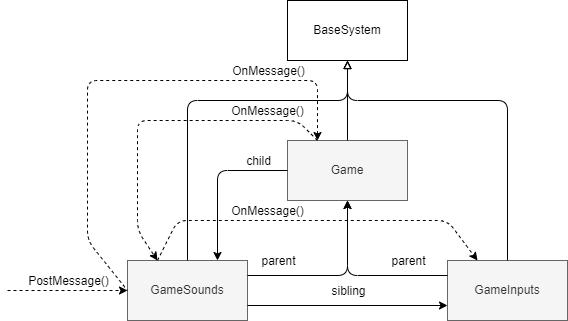
The draw.io diagram Documentation/subsystems.png in hww/XiSubsystem, before a commit. Source tidied: cells renumbered, new cells last; positions are measured from the earlier drawing's top-left corner, leaving out a move shared by most shapes. Source of this version:
```xml
<mxGraphModel>
  <root>
    <mxCell id="0" />
    <mxCell id="1" parent="0" />
    <mxCell id="2" value="BaseSystem" style="rounded=0;whiteSpace=wrap;html=1;" parent="1" vertex="1">
      <mxGeometry x="280" width="120" height="60" as="geometry" />
    </mxCell>
    <mxCell id="3" value="Game" style="rounded=0;whiteSpace=wrap;html=1;fillColor=#f5f5f5;strokeColor=#666666;fontColor=#333333;" parent="1" vertex="1">
      <mxGeometry x="280" y="140" width="120" height="60" as="geometry" />
    </mxCell>
    <mxCell id="4" style="endArrow=block;html=1;exitX=0.5;exitY=0;exitDx=0;exitDy=0;entryX=0.5;entryY=1;entryDx=0;entryDy=0;endFill=0;" parent="1" edge="1" source="3" target="2">
      <mxGeometry relative="1" as="geometry" />
    </mxCell>
    <mxCell id="5" value="GameSounds" style="rounded=0;whiteSpace=wrap;html=1;fillColor=#f5f5f5;strokeColor=#666666;fontColor=#333333;" parent="1" vertex="1">
      <mxGeometry x="120" y="260" width="120" height="60" as="geometry" />
    </mxCell>
    <mxCell id="6" value="GameInputs" style="rounded=0;whiteSpace=wrap;html=1;fillColor=#f5f5f5;strokeColor=#666666;fontColor=#333333;" parent="1" vertex="1">
      <mxGeometry x="440" y="260" width="120" height="60" as="geometry" />
    </mxCell>
    <mxCell id="7" style="endArrow=block;html=1;endFill=0;" parent="1" edge="1">
      <mxGeometry relative="1" as="geometry">
        <mxPoint x="180" y="260" as="sourcePoint" />
        <mxPoint x="340" y="60" as="targetPoint" />
        <Array as="points">
          <mxPoint x="180" y="100" />
          <mxPoint x="340" y="100" />
        </Array>
      </mxGeometry>
    </mxCell>
    <mxCell id="8" style="endArrow=block;html=1;exitX=0.5;exitY=0;exitDx=0;exitDy=0;endFill=0;" parent="1" edge="1" source="6">
      <mxGeometry relative="1" as="geometry">
        <mxPoint x="340" y="60" as="targetPoint" />
        <Array as="points">
          <mxPoint x="500" y="100" />
          <mxPoint x="340" y="100" />
        </Array>
      </mxGeometry>
    </mxCell>
    <mxCell id="9" style="endArrow=classic;html=1;exitX=1;exitY=0.25;exitDx=0;exitDy=0;" parent="1" edge="1" source="5" target="3">
      <mxGeometry relative="1" as="geometry">
        <Array as="points">
          <mxPoint x="340" y="275" />
        </Array>
      </mxGeometry>
    </mxCell>
    <mxCell id="10" value="parent" style="text;html=1;align=center;verticalAlign=middle;labelBackgroundColor=#ffffff;" parent="9" vertex="1">
      <mxGeometry x="-0.66" y="2" relative="1" as="geometry">
        <mxPoint y="-13" as="offset" />
      </mxGeometry>
    </mxCell>
    <mxCell id="11" style="endArrow=classic;html=1;entryX=0.5;entryY=1;entryDx=0;entryDy=0;exitX=0;exitY=0.25;exitDx=0;exitDy=0;" parent="1" edge="1" source="6" target="3">
      <mxGeometry relative="1" as="geometry">
        <Array as="points">
          <mxPoint x="340" y="275" />
        </Array>
      </mxGeometry>
    </mxCell>
    <mxCell id="12" value="parent" style="text;html=1;align=center;verticalAlign=middle;labelBackgroundColor=#ffffff;" parent="11" vertex="1">
      <mxGeometry x="-0.66" y="2" relative="1" as="geometry">
        <mxPoint x="-10" y="-17" as="offset" />
      </mxGeometry>
    </mxCell>
    <mxCell id="13" style="endArrow=classic;html=1;entryX=0.75;entryY=0;entryDx=0;entryDy=0;" parent="1" edge="1" source="3" target="5">
      <mxGeometry relative="1" as="geometry">
        <Array as="points">
          <mxPoint x="210" y="170" />
        </Array>
      </mxGeometry>
    </mxCell>
    <mxCell id="14" value="child" style="text;html=1;align=center;verticalAlign=middle;labelBackgroundColor=#ffffff;" parent="13" vertex="1">
      <mxGeometry x="-0.8" y="2" relative="1" as="geometry">
        <mxPoint x="-14" y="-12" as="offset" />
      </mxGeometry>
    </mxCell>
    <mxCell id="15" style="endArrow=classic;html=1;entryX=0;entryY=0.75;entryDx=0;entryDy=0;exitX=1;exitY=0.75;exitDx=0;exitDy=0;" parent="1" edge="1" source="5" target="6">
      <mxGeometry relative="1" as="geometry" />
    </mxCell>
    <mxCell id="16" value="sibling" style="text;html=1;align=center;verticalAlign=middle;labelBackgroundColor=#ffffff;" parent="15" vertex="1">
      <mxGeometry x="0.13" y="-4" relative="1" as="geometry">
        <mxPoint x="-13" y="-19" as="offset" />
      </mxGeometry>
    </mxCell>
    <mxCell id="17" style="endArrow=classic;html=1;dashed=1;entryX=0;entryY=0.5;entryDx=0;entryDy=0;" parent="1" edge="1" target="5">
      <mxGeometry relative="1" as="geometry">
        <mxPoint y="290" as="sourcePoint" />
      </mxGeometry>
    </mxCell>
    <mxCell id="18" value="PostMessage()" style="text;html=1;align=center;verticalAlign=middle;labelBackgroundColor=#ffffff;" parent="17" vertex="1">
      <mxGeometry x="0.32" y="-2" relative="1" as="geometry">
        <mxPoint x="-19" y="-12" as="offset" />
      </mxGeometry>
    </mxCell>
    <mxCell id="19" style="endArrow=none;dashed=1;html=1;entryX=0;entryY=0.5;entryDx=0;entryDy=0;exitX=0.25;exitY=0;exitDx=0;exitDy=0;endFill=0;startArrow=classic;startFill=1;" parent="1" edge="1" source="3" target="5">
      <mxGeometry relative="1" as="geometry">
        <Array as="points">
          <mxPoint x="310" y="80" />
          <mxPoint x="80" y="80" />
          <mxPoint x="80" y="240" />
        </Array>
      </mxGeometry>
    </mxCell>
    <mxCell id="20" value="OnMessage()" style="text;html=1;align=center;verticalAlign=middle;labelBackgroundColor=#ffffff;" parent="19" vertex="1">
      <mxGeometry x="-0.77" y="35" relative="1" as="geometry">
        <mxPoint x="-50" y="-45" as="offset" />
      </mxGeometry>
    </mxCell>
    <mxCell id="21" style="endArrow=classic;html=1;dashed=1;exitX=0.25;exitY=0;exitDx=0;exitDy=0;entryX=0.25;entryY=0;entryDx=0;entryDy=0;" parent="1" edge="1" source="3" target="5">
      <mxGeometry relative="1" as="geometry">
        <Array as="points">
          <mxPoint x="290" y="120" />
          <mxPoint x="130" y="120" />
          <mxPoint x="130" y="230" />
        </Array>
      </mxGeometry>
    </mxCell>
    <mxCell id="22" value="OnMessage()" style="text;html=1;align=center;verticalAlign=middle;labelBackgroundColor=#ffffff;" parent="21" vertex="1">
      <mxGeometry x="-0.55" y="-2" relative="1" as="geometry">
        <mxPoint x="16.5" y="-8" as="offset" />
      </mxGeometry>
    </mxCell>
    <mxCell id="23" style="endArrow=classic;html=1;dashed=1;entryX=0.25;entryY=0;entryDx=0;entryDy=0;exitX=0.25;exitY=0;exitDx=0;exitDy=0;" parent="1" edge="1" source="5" target="6">
      <mxGeometry relative="1" as="geometry">
        <Array as="points">
          <mxPoint x="170" y="220" />
          <mxPoint x="440" y="220" />
        </Array>
      </mxGeometry>
    </mxCell>
    <mxCell id="24" value="OnMessage()" style="text;html=1;align=center;verticalAlign=middle;labelBackgroundColor=#ffffff;" parent="23" vertex="1">
      <mxGeometry x="-0.27" y="-3" relative="1" as="geometry">
        <mxPoint x="0.5" y="-13" as="offset" />
      </mxGeometry>
    </mxCell>
  </root>
</mxGraphModel>
```
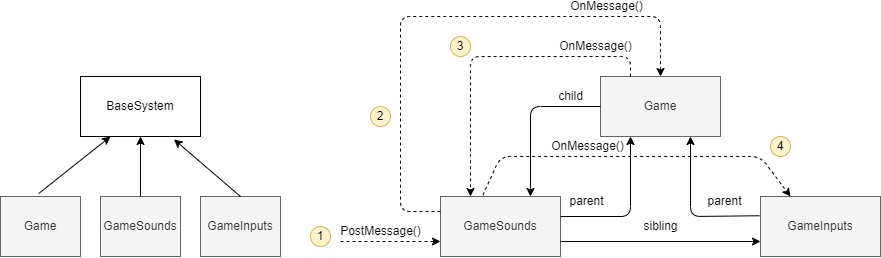
Later version of the same file.

The edit, as a diff of the source:
```diff
@@ -2,44 +2,20 @@
   <root>
     <mxCell id="0" />
     <mxCell id="1" parent="0" />
-    <mxCell id="2" value="BaseSystem" style="rounded=0;whiteSpace=wrap;html=1;" parent="1" vertex="1">
-      <mxGeometry x="280" width="120" height="60" as="geometry" />
-    </mxCell>
     <mxCell id="3" value="Game" style="rounded=0;whiteSpace=wrap;html=1;fillColor=#f5f5f5;strokeColor=#666666;fontColor=#333333;" parent="1" vertex="1">
       <mxGeometry x="280" y="140" width="120" height="60" as="geometry" />
     </mxCell>
-    <mxCell id="4" style="endArrow=block;html=1;exitX=0.5;exitY=0;exitDx=0;exitDy=0;entryX=0.5;entryY=1;entryDx=0;entryDy=0;endFill=0;" parent="1" edge="1" source="3" target="2">
-      <mxGeometry relative="1" as="geometry" />
-    </mxCell>
     <mxCell id="5" value="GameSounds" style="rounded=0;whiteSpace=wrap;html=1;fillColor=#f5f5f5;strokeColor=#666666;fontColor=#333333;" parent="1" vertex="1">
       <mxGeometry x="120" y="260" width="120" height="60" as="geometry" />
     </mxCell>
     <mxCell id="6" value="GameInputs" style="rounded=0;whiteSpace=wrap;html=1;fillColor=#f5f5f5;strokeColor=#666666;fontColor=#333333;" parent="1" vertex="1">
       <mxGeometry x="440" y="260" width="120" height="60" as="geometry" />
     </mxCell>
-    <mxCell id="7" style="endArrow=block;html=1;endFill=0;" parent="1" edge="1">
-      <mxGeometry relative="1" as="geometry">
-        <mxPoint x="180" y="260" as="sourcePoint" />
-        <mxPoint x="340" y="60" as="targetPoint" />
-        <Array as="points">
-          <mxPoint x="180" y="100" />
-          <mxPoint x="340" y="100" />
-        </Array>
-      </mxGeometry>
-    </mxCell>
-    <mxCell id="8" style="endArrow=block;html=1;exitX=0.5;exitY=0;exitDx=0;exitDy=0;endFill=0;" parent="1" edge="1" source="6">
-      <mxGeometry relative="1" as="geometry">
-        <mxPoint x="340" y="60" as="targetPoint" />
-        <Array as="points">
-          <mxPoint x="500" y="100" />
-          <mxPoint x="340" y="100" />
-        </Array>
-      </mxGeometry>
-    </mxCell>
-    <mxCell id="9" style="endArrow=classic;html=1;exitX=1;exitY=0.25;exitDx=0;exitDy=0;" parent="1" edge="1" source="5" target="3">
+    <mxCell id="9" style="endArrow=classic;html=1;entryX=0.25;entryY=1;entryDx=0;entryDy=0;" parent="1" edge="1" target="3">
       <mxGeometry relative="1" as="geometry">
+        <mxPoint x="240" y="280" as="sourcePoint" />
         <Array as="points">
-          <mxPoint x="340" y="275" />
+          <mxPoint x="310" y="280" />
         </Array>
       </mxGeometry>
     </mxCell>
@@ -48,10 +24,10 @@
         <mxPoint y="-13" as="offset" />
       </mxGeometry>
     </mxCell>
-    <mxCell id="11" style="endArrow=classic;html=1;entryX=0.5;entryY=1;entryDx=0;entryDy=0;exitX=0;exitY=0.25;exitDx=0;exitDy=0;" parent="1" edge="1" source="6" target="3">
+    <mxCell id="11" style="endArrow=classic;html=1;entryX=0.75;entryY=1;entryDx=0;entryDy=0;exitX=-0.009;exitY=0.321;exitDx=0;exitDy=0;exitPerimeter=0;" parent="1" edge="1" source="6" target="3">
       <mxGeometry relative="1" as="geometry">
         <Array as="points">
-          <mxPoint x="340" y="275" />
+          <mxPoint x="370" y="280" />
         </Array>
       </mxGeometry>
     </mxCell>
@@ -80,22 +56,22 @@
         <mxPoint x="-13" y="-19" as="offset" />
       </mxGeometry>
     </mxCell>
-    <mxCell id="17" style="endArrow=classic;html=1;dashed=1;entryX=0;entryY=0.5;entryDx=0;entryDy=0;" parent="1" edge="1" target="5">
+    <mxCell id="17" style="endArrow=classic;html=1;dashed=1;entryX=0;entryY=0.75;entryDx=0;entryDy=0;" parent="1" edge="1" target="5">
       <mxGeometry relative="1" as="geometry">
-        <mxPoint y="290" as="sourcePoint" />
+        <mxPoint x="20" y="305" as="sourcePoint" />
       </mxGeometry>
     </mxCell>
     <mxCell id="18" value="PostMessage()" style="text;html=1;align=center;verticalAlign=middle;labelBackgroundColor=#ffffff;" parent="17" vertex="1">
       <mxGeometry x="0.32" y="-2" relative="1" as="geometry">
-        <mxPoint x="-19" y="-12" as="offset" />
+        <mxPoint x="-26" y="-12" as="offset" />
       </mxGeometry>
     </mxCell>
-    <mxCell id="19" style="endArrow=none;dashed=1;html=1;entryX=0;entryY=0.5;entryDx=0;entryDy=0;exitX=0.25;exitY=0;exitDx=0;exitDy=0;endFill=0;startArrow=classic;startFill=1;" parent="1" edge="1" source="3" target="5">
+    <mxCell id="19" style="endArrow=none;dashed=1;html=1;entryX=0;entryY=0.25;entryDx=0;entryDy=0;exitX=0.5;exitY=0;exitDx=0;exitDy=0;endFill=0;startArrow=classic;startFill=1;" parent="1" edge="1" source="3" target="5">
       <mxGeometry relative="1" as="geometry">
         <Array as="points">
-          <mxPoint x="310" y="80" />
+          <mxPoint x="340" y="80" />
           <mxPoint x="80" y="80" />
-          <mxPoint x="80" y="240" />
+          <mxPoint x="80" y="275" />
         </Array>
       </mxGeometry>
     </mxCell>
@@ -107,9 +83,9 @@
     <mxCell id="21" style="endArrow=classic;html=1;dashed=1;exitX=0.25;exitY=0;exitDx=0;exitDy=0;entryX=0.25;entryY=0;entryDx=0;entryDy=0;" parent="1" edge="1" source="3" target="5">
       <mxGeometry relative="1" as="geometry">
         <Array as="points">
-          <mxPoint x="290" y="120" />
-          <mxPoint x="130" y="120" />
-          <mxPoint x="130" y="230" />
+          <mxPoint x="310" y="120" />
+          <mxPoint x="150" y="120" />
+          <mxPoint x="150" y="230" />
         </Array>
       </mxGeometry>
     </mxCell>
@@ -118,10 +94,10 @@
         <mxPoint x="16.5" y="-8" as="offset" />
       </mxGeometry>
     </mxCell>
-    <mxCell id="23" style="endArrow=classic;html=1;dashed=1;entryX=0.25;entryY=0;entryDx=0;entryDy=0;exitX=0.25;exitY=0;exitDx=0;exitDy=0;" parent="1" edge="1" source="5" target="6">
+    <mxCell id="23" style="endArrow=classic;html=1;dashed=1;entryX=0.25;entryY=0;entryDx=0;entryDy=0;exitX=0.353;exitY=-0.022;exitDx=0;exitDy=0;exitPerimeter=0;" parent="1" edge="1" source="5" target="6">
       <mxGeometry relative="1" as="geometry">
         <Array as="points">
-          <mxPoint x="170" y="220" />
+          <mxPoint x="180" y="220" />
           <mxPoint x="440" y="220" />
         </Array>
       </mxGeometry>
@@ -131,5 +107,38 @@
         <mxPoint x="0.5" y="-13" as="offset" />
       </mxGeometry>
     </mxCell>
+    <mxCell id="2" value="BaseSystem" style="rounded=0;whiteSpace=wrap;html=1;" parent="1" vertex="1">
+      <mxGeometry x="-240" y="140" width="120" height="60" as="geometry" />
+    </mxCell>
+    <mxCell id="25" value="Game" style="rounded=0;whiteSpace=wrap;html=1;fillColor=#f5f5f5;strokeColor=#666666;fontColor=#333333;" parent="1" vertex="1">
+      <mxGeometry x="-320" y="260" width="80" height="60" as="geometry" />
+    </mxCell>
+    <mxCell id="26" value="GameSounds" style="rounded=0;whiteSpace=wrap;html=1;fillColor=#f5f5f5;strokeColor=#666666;fontColor=#333333;" parent="1" vertex="1">
+      <mxGeometry x="-220" y="260" width="80" height="60" as="geometry" />
+    </mxCell>
+    <mxCell id="27" value="GameInputs" style="rounded=0;whiteSpace=wrap;html=1;fillColor=#f5f5f5;strokeColor=#666666;fontColor=#333333;" parent="1" vertex="1">
+      <mxGeometry x="-120" y="260" width="80" height="60" as="geometry" />
+    </mxCell>
+    <mxCell id="28" style="endArrow=classic;html=1;rounded=0;entryX=0.25;entryY=1;entryDx=0;entryDy=0;exitX=0.478;exitY=-0.05;exitDx=0;exitDy=0;exitPerimeter=0;" parent="1" edge="1" source="25" target="2">
+      <mxGeometry relative="1" as="geometry" />
+    </mxCell>
+    <mxCell id="29" style="endArrow=classic;html=1;rounded=0;entryX=0.5;entryY=1;entryDx=0;entryDy=0;exitX=0.5;exitY=0;exitDx=0;exitDy=0;" parent="1" edge="1" source="26" target="2">
+      <mxGeometry relative="1" as="geometry" />
+    </mxCell>
+    <mxCell id="30" style="endArrow=classic;html=1;rounded=0;entryX=0.779;entryY=1.049;entryDx=0;entryDy=0;exitX=0.5;exitY=0;exitDx=0;exitDy=0;entryPerimeter=0;" parent="1" edge="1" source="27" target="2">
+      <mxGeometry relative="1" as="geometry" />
+    </mxCell>
+    <mxCell id="31" value="1" style="ellipse;whiteSpace=wrap;html=1;fillColor=#fff2cc;strokeColor=#d6b656;" parent="1" vertex="1">
+      <mxGeometry x="-10" y="290" width="20" height="20" as="geometry" />
+    </mxCell>
+    <mxCell id="32" value="2" style="ellipse;whiteSpace=wrap;html=1;fillColor=#fff2cc;strokeColor=#d6b656;" parent="1" vertex="1">
+      <mxGeometry x="50" y="170" width="20" height="20" as="geometry" />
+    </mxCell>
+    <mxCell id="33" value="3" style="ellipse;whiteSpace=wrap;html=1;fillColor=#fff2cc;strokeColor=#d6b656;" parent="1" vertex="1">
+      <mxGeometry x="130" y="100" width="20" height="20" as="geometry" />
+    </mxCell>
+    <mxCell id="34" value="4" style="ellipse;whiteSpace=wrap;html=1;fillColor=#fff2cc;strokeColor=#d6b656;" parent="1" vertex="1">
+      <mxGeometry x="450" y="200" width="20" height="20" as="geometry" />
+    </mxCell>
   </root>
 </mxGraphModel>
```
